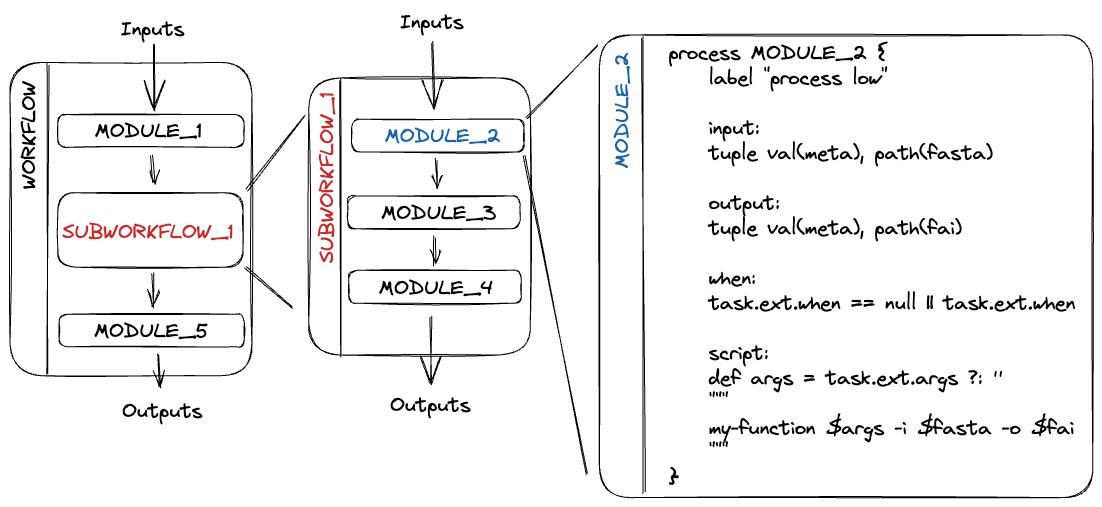
Before: docs/images/1_3_worksubmod.excalidraw.png, a diagram exported from Excalidraw (GenomicsAotearoa/Nextflow_Workshop). Source tidied: one line per element, renumbered; positions are measured from the earlier drawing's top-left corner, leaving out a move shared by most shapes.
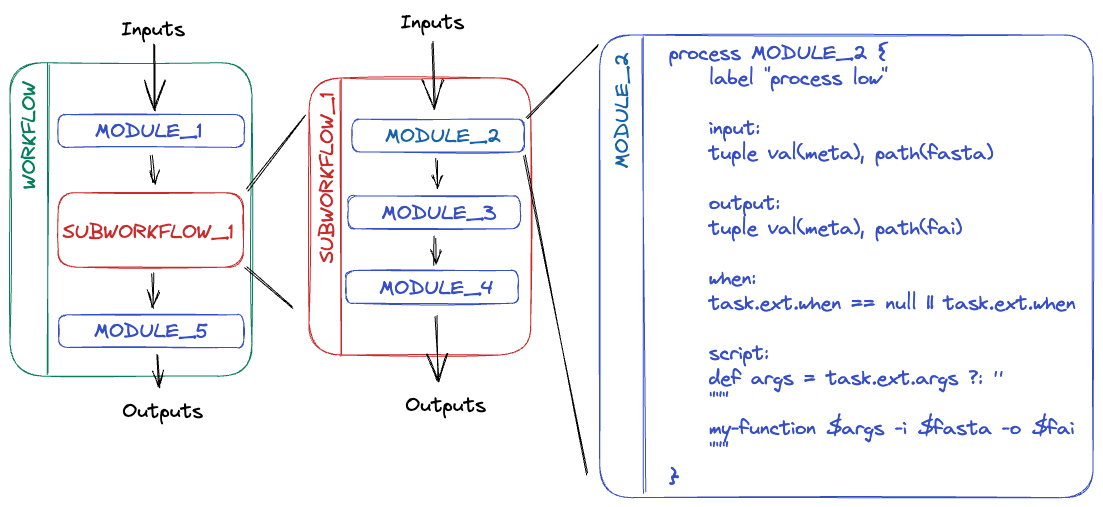
The same file after the commit.

What changed in the source:
```diff
@@ -1,38 +1,38 @@
-{"id": 0, "type": "rectangle", "strokeColor": "#000000", "strokeWidth": 1, "roughness": 1, "round": true, "x": 34, "y": 52, "width": 242, "height": 313}
+{"id": 0, "type": "rectangle", "strokeColor": "#087f5b", "strokeWidth": 1, "roughness": 1, "round": true, "x": 34, "y": 53, "width": 242, "height": 313}
-{"id": 1, "type": "rectangle", "strokeColor": "#000000", "strokeWidth": 1, "roughness": 1, "round": true, "x": 82, "y": 105, "width": 186, "height": 33}
+{"id": 1, "type": "rectangle", "strokeColor": "#364fc7", "strokeWidth": 1, "roughness": 1, "round": true, "x": 82, "y": 105, "width": 186, "height": 33}
-{"id": 2, "type": "rectangle", "strokeColor": "#000000", "strokeWidth": 1, "roughness": 1, "round": true, "x": 82, "y": 183, "width": 185, "height": 74}
+{"id": 2, "type": "rectangle", "strokeColor": "#c92a2a", "strokeWidth": 1, "roughness": 1, "round": true, "x": 82, "y": 183, "width": 185, "height": 74}
 {"id": 3, "type": "text", "text": "Inputs", "strokeColor": "#000000", "strokeWidth": 1, "roughness": 1, "fontSize": 20, "fontFamily": 1, "x": 146, "y": 7, "width": 64, "height": 25}
 {"id": 4, "type": "arrow", "strokeColor": "#000000", "strokeWidth": 1, "roughness": 1, "endArrowhead": "arrow", "round": true, "from": 3, "to": 5, "x": 178, "y": 34, "width": 2, "height": 67, "points": [[0, 0], [2, 67]]}
-{"id": 5, "type": "text", "text": "MODULE_1", "strokeColor": "#000000", "strokeWidth": 1, "roughness": 1, "fontSize": 20, "fontFamily": 1, "x": 119, "y": 109, "width": 107, "height": 25}
+{"id": 5, "type": "text", "text": "MODULE_1", "strokeColor": "#364fc7", "strokeWidth": 1, "roughness": 1, "fontSize": 20, "fontFamily": 1, "x": 119, "y": 109, "width": 107, "height": 25}
-{"id": 6, "type": "arrow", "strokeColor": "#000000", "strokeWidth": 1, "roughness": 1, "endArrowhead": "arrow", "round": true, "from": 5, "to": 2, "x": 176, "y": 145, "width": 2, "height": 28, "points": [[0, 0], [2, 28]]}
+{"id": 6, "type": "arrow", "strokeColor": "#000000", "strokeWidth": 1, "roughness": 1, "endArrowhead": "arrow", "round": true, "from": 5, "to": 2, "x": 175, "y": 145, "width": 2, "height": 28, "points": [[0, 0], [2, 28]]}
 {"id": 7, "type": "line", "strokeColor": "#000000", "strokeWidth": 1, "roughness": 1, "round": true, "x": 272, "y": 180, "width": 58, "height": 75, "points": [[0, 0], [58, -75]]}
 {"id": 8, "type": "line", "strokeColor": "#000000", "strokeWidth": 1, "roughness": 1, "round": true, "x": 269, "y": 258, "width": 47, "height": 40, "points": [[0, 0], [47, 40]]}
-{"id": 9, "type": "rectangle", "strokeColor": "#000000", "strokeWidth": 1, "roughness": 1, "round": true, "x": 333, "y": 68, "width": 222, "height": 277}
+{"id": 9, "type": "rectangle", "strokeColor": "#c92a2a", "strokeWidth": 1, "roughness": 1, "round": true, "x": 333, "y": 68, "width": 222, "height": 277}
 {"id": 10, "type": "text", "text": "SUBWORKFLOW_1", "strokeColor": "#c92a2a", "strokeWidth": 1, "roughness": 1, "fontSize": 20, "fontFamily": 1, "x": 87, "y": 210, "width": 171, "height": 25}
-{"id": 11, "type": "rectangle", "strokeColor": "#000000", "strokeWidth": 1, "roughness": 1, "round": true, "x": 84, "y": 304, "width": 185, "height": 33}
+{"id": 11, "type": "rectangle", "strokeColor": "#364fc7", "strokeWidth": 1, "roughness": 1, "round": true, "x": 83, "y": 305, "width": 185, "height": 33}
-{"id": 12, "type": "arrow", "strokeColor": "#000000", "strokeWidth": 1, "roughness": 1, "endArrowhead": "arrow", "round": true, "from": 2, "to": 11, "x": 177, "y": 264, "width": 1, "height": 34, "points": [[0, 0], [1, 34]]}
+{"id": 12, "type": "arrow", "strokeColor": "#000000", "strokeWidth": 1, "roughness": 1, "endArrowhead": "arrow", "round": true, "from": 2, "to": 11, "x": 176, "y": 263, "width": 0, "height": 34, "points": [[0, 0], [0, 34]]}
-{"id": 13, "type": "arrow", "strokeColor": "#000000", "strokeWidth": 1, "roughness": 1, "endArrowhead": "arrow", "round": true, "from": 15, "to": 14, "x": 182, "y": 345, "width": 4, "height": 32, "points": [[0, 0], [4, 32]]}
+{"id": 13, "type": "arrow", "strokeColor": "#000000", "strokeWidth": 1, "roughness": 1, "endArrowhead": "arrow", "round": true, "from": 15, "to": 14, "x": 181, "y": 345, "width": 4, "height": 32, "points": [[0, 0], [4, 32]]}
 {"id": 14, "type": "text", "text": "Outputs", "strokeColor": "#000000", "strokeWidth": 1, "roughness": 1, "fontSize": 20, "fontFamily": 1, "x": 147, "y": 389, "width": 81, "height": 25}
-{"id": 15, "type": "text", "text": "MODULE_5", "strokeColor": "#000000", "strokeWidth": 1, "roughness": 1, "fontSize": 20, "fontFamily": 1, "x": 118, "y": 309, "width": 114, "height": 25}
+{"id": 15, "type": "text", "text": "MODULE_5", "strokeColor": "#364fc7", "strokeWidth": 1, "roughness": 1, "fontSize": 20, "fontFamily": 1, "x": 118, "y": 309, "width": 114, "height": 25}
-{"id": 16, "type": "rectangle", "strokeColor": "#000000", "strokeWidth": 1, "roughness": 1, "round": true, "x": 376, "y": 109, "width": 172, "height": 33}
+{"id": 16, "type": "rectangle", "strokeColor": "#364fc7", "strokeWidth": 1, "roughness": 1, "round": true, "x": 376, "y": 109, "width": 172, "height": 33}
-{"id": 17, "type": "rectangle", "strokeColor": "#000000", "strokeWidth": 1, "roughness": 1, "round": true, "x": 372, "y": 186, "width": 172, "height": 33}
+{"id": 17, "type": "rectangle", "strokeColor": "#364fc7", "strokeWidth": 1, "roughness": 1, "round": true, "x": 372, "y": 186, "width": 172, "height": 33}
-{"id": 18, "type": "rectangle", "strokeColor": "#000000", "strokeWidth": 1, "roughness": 1, "round": true, "x": 373, "y": 260, "width": 172, "height": 33}
+{"id": 18, "type": "rectangle", "strokeColor": "#364fc7", "strokeWidth": 1, "roughness": 1, "round": true, "x": 370, "y": 260, "width": 172, "height": 33}
 {"id": 19, "type": "text", "text": "MODULE_2", "strokeColor": "#1864ab", "strokeWidth": 1, "roughness": 1, "fontSize": 20, "fontFamily": 1, "x": 409, "y": 114, "width": 116, "height": 25}
-{"id": 20, "type": "text", "text": "MODULE_3", "strokeColor": "#000000", "strokeWidth": 1, "roughness": 1, "fontSize": 20, "fontFamily": 1, "x": 406, "y": 191, "width": 115, "height": 25}
+{"id": 20, "type": "text", "text": "MODULE_3", "strokeColor": "#364fc7", "strokeWidth": 1, "roughness": 1, "fontSize": 20, "fontFamily": 1, "x": 406, "y": 191, "width": 115, "height": 25}
-{"id": 21, "type": "text", "text": "MODULE_4", "strokeColor": "#000000", "strokeWidth": 1, "roughness": 1, "fontSize": 20, "fontFamily": 1, "x": 403, "y": 266, "width": 114, "height": 25}
+{"id": 21, "type": "text", "text": "MODULE_4", "strokeColor": "#364fc7", "strokeWidth": 1, "roughness": 1, "fontSize": 20, "fontFamily": 1, "x": 403, "y": 266, "width": 114, "height": 25}
 {"id": 22, "type": "arrow", "strokeColor": "#000000", "strokeWidth": 1, "roughness": 1, "endArrowhead": "arrow", "round": true, "from": 19, "to": 20, "x": 461, "y": 149, "width": 0, "height": 29, "points": [[0, 0], [0, 29]]}
 {"id": 23, "type": "arrow", "strokeColor": "#000000", "strokeWidth": 1, "roughness": 1, "endArrowhead": "arrow", "round": true, "from": 20, "to": 21, "x": 459, "y": 227, "width": 0, "height": 28, "points": [[0, 0], [0, 28]]}
-{"id": 24, "type": "text", "text": "WORKFLOW", "strokeColor": "#000000", "angle": 4.71, "strokeWidth": 1, "roughness": 1, "fontSize": 20, "fontFamily": 1, "x": 0, "y": 113, "width": 108, "height": 25}
+{"id": 24, "type": "text", "text": "WORKFLOW", "strokeColor": "#087f5b", "angle": 4.71, "strokeWidth": 1, "roughness": 1, "fontSize": 20, "fontFamily": 1, "x": 0, "y": 113, "width": 108, "height": 25}
-{"id": 25, "type": "line", "strokeColor": "#000000", "strokeWidth": 1, "roughness": 1, "round": true, "x": 72, "y": 54, "width": 0, "height": 310, "points": [[0, 0], [0, 310]]}
+{"id": 25, "type": "line", "strokeColor": "#087f5b", "strokeWidth": 1, "roughness": 1, "round": true, "x": 72, "y": 54, "width": 0, "height": 310, "points": [[0, 0], [0, 310]]}
-{"id": 26, "type": "line", "strokeColor": "#000000", "strokeWidth": 1, "roughness": 1, "round": true, "x": 364, "y": 70, "width": 0, "height": 277, "points": [[0, 0], [0, 277]]}
+{"id": 26, "type": "line", "strokeColor": "#c92a2a", "strokeWidth": 1, "roughness": 1, "round": true, "x": 364, "y": 70, "width": 0, "height": 277, "points": [[0, 0], [0, 277]]}
 {"id": 27, "type": "text", "text": "SUBWORKFLOW_1", "strokeColor": "#c92a2a", "angle": 4.71, "strokeWidth": 1, "roughness": 1, "fontSize": 20, "fontFamily": 1, "x": 266, "y": 155, "width": 171, "height": 25}
 {"id": 28, "type": "arrow", "strokeColor": "#000000", "strokeWidth": 1, "roughness": 1, "endArrowhead": "arrow", "round": true, "from": 36, "to": 19, "x": 457, "y": 32, "width": 3, "height": 66, "points": [[0, 0], [3, 66]]}
-{"id": 29, "type": "arrow", "strokeColor": "#000000", "strokeWidth": 1, "roughness": 1, "endArrowhead": "arrow", "round": true, "from": 18, "to": 9, "x": 455, "y": 308, "width": 1, "height": 66, "points": [[0, 0], [1, 66]]}
+{"id": 29, "type": "arrow", "strokeColor": "#000000", "strokeWidth": 1, "roughness": 1, "endArrowhead": "arrow", "round": true, "from": 18, "to": 37, "x": 460, "y": 307, "width": 3, "height": 65, "points": [[0, 0], [3, 65]]}
-{"id": 30, "type": "rectangle", "strokeColor": "#000000", "strokeWidth": 1, "roughness": 1, "round": true, "x": 624, "y": 25, "width": 493, "height": 463}
+{"id": 30, "type": "rectangle", "strokeColor": "#364fc7", "strokeWidth": 1, "roughness": 1, "round": true, "x": 624, "y": 25, "width": 493, "height": 463}
-{"id": 31, "type": "text", "text": "process MODULE_2 {\n    label \"process low\"\n    \n    input:\n    tuple val(meta), path(fasta)\n    \n    output:\n    tuple val(meta), path(fai)\n    \n    when:\n    task.ext.when == null || task.ext.when\n    \n    script:\n    def args = task.ext.args ?: ''\n    \"\"\"\n    my-function $args -i $fasta -o $fai\n    \"\"\" \n}", "strokeColor": "#000000", "strokeWidth": 1, "roughness": 1, "fontSize": 20, "fontFamily": 1, "x": 693, "y": 31, "width": 407, "height": 450}
+{"id": 31, "type": "text", "text": "process MODULE_2 {\n    label \"process low\"\n    \n    input:\n    tuple val(meta), path(fasta)\n    \n    output:\n    tuple val(meta), path(fai)\n    \n    when:\n    task.ext.when == null || task.ext.when\n    \n    script:\n    def args = task.ext.args ?: ''\n    \"\"\"\n    my-function $args -i $fasta -o $fai\n    \"\"\" \n}", "strokeColor": "#364fc7", "strokeWidth": 1, "roughness": 1, "fontSize": 20, "fontFamily": 1, "x": 693, "y": 31, "width": 407, "height": 450}
 {"id": 32, "type": "line", "strokeColor": "#000000", "strokeWidth": 1, "roughness": 1, "round": true, "x": 551, "y": 109, "width": 70, "height": 74, "points": [[0, 0], [70, -74]]}
 {"id": 33, "type": "line", "strokeColor": "#000000", "strokeWidth": 1, "roughness": 1, "round": true, "x": 549, "y": 146, "width": 63, "height": 317, "points": [[0, 0], [63, 317]]}
-{"id": 34, "type": "line", "strokeColor": "#000000", "strokeWidth": 1, "roughness": 1, "round": true, "x": 667, "y": 27, "width": 1, "height": 456, "points": [[0, 0], [1, 456]]}
+{"id": 34, "type": "line", "strokeColor": "#364fc7", "strokeWidth": 1, "roughness": 1, "round": true, "x": 667, "y": 27, "width": 1, "height": 456, "points": [[0, 0], [1, 456]]}
 {"id": 35, "type": "text", "text": "MODULE_2", "strokeColor": "#1864ab", "angle": 4.71, "strokeWidth": 1, "roughness": 1, "fontSize": 20, "fontFamily": 1, "x": 589, "y": 88, "width": 116, "height": 25}
 {"id": 36, "type": "text", "text": "Inputs", "strokeColor": "#000000", "strokeWidth": 1, "roughness": 1, "fontSize": 20, "fontFamily": 1, "x": 425, "y": 0, "width": 64, "height": 25}
-{"id": 37, "type": "text", "text": "Outputs", "strokeColor": "#000000", "strokeWidth": 1, "roughness": 1, "fontSize": 20, "fontFamily": 1, "x": 415, "y": 383, "width": 81, "height": 25}
+{"id": 37, "type": "text", "text": "Outputs", "strokeColor": "#000000", "strokeWidth": 1, "roughness": 1, "fontSize": 20, "fontFamily": 1, "x": 430, "y": 383, "width": 81, "height": 25}
```
